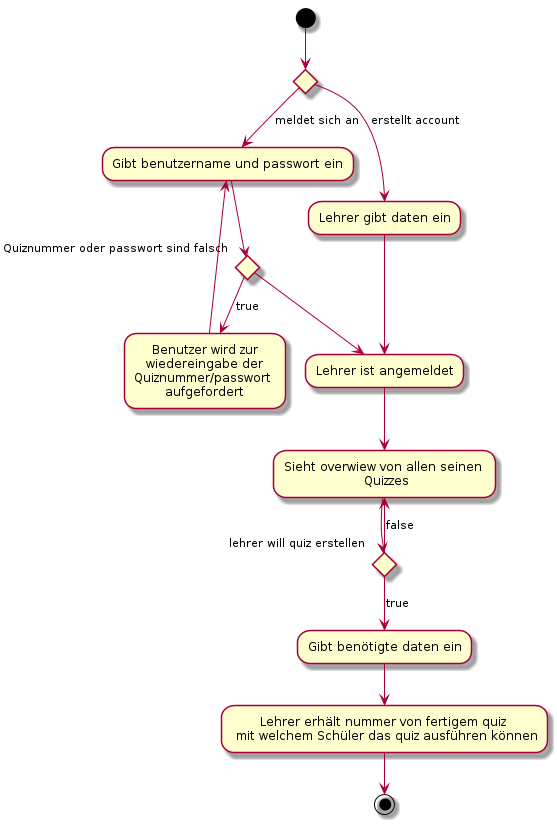
Before: docs/images/teacher.png, a diagram exported from PlantUML (1920-3ahitm-itp/02-project-repositories-xam).
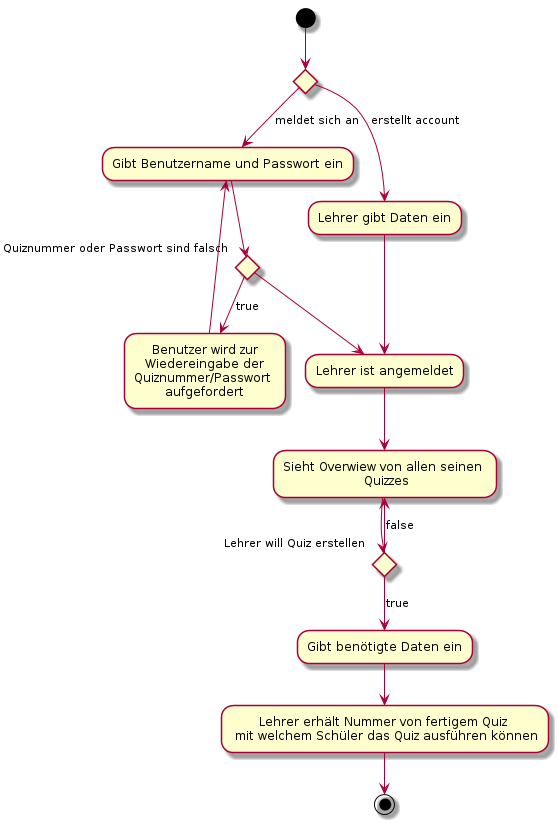
After the change.

Diff of the diagram source:
```diff
@@ -1,26 +1,26 @@
 @startuml
 (*) --> if ""
--->[meldet sich an] "Gibt benutzername und passwort ein"
-if "Quiznummer oder passwort sind falsch" then
--->[true] "Benutzer wird zur\n wiedereingabe der \nQuiznummer/passwort \naufgefordert"
---> "Gibt benutzername und passwort ein"
+-->[meldet sich an] "Gibt Benutzername und Passwort ein"
+if "Quiznummer oder Passwort sind falsch" then
+-->[true] "Benutzer wird zur\n Wiedereingabe der \nQuiznummer/Passwort \naufgefordert"
+--> "Gibt Benutzername und Passwort ein"
 
 else
 --> "Lehrer ist angemeldet"
---> "Sieht overwiew von allen seinen \n Quizzes"
+--> "Sieht Overwiew von allen seinen \n Quizzes"
 
-if "lehrer will quiz erstellen" then
--->[true] "Gibt benötigte daten ein"
---> "Lehrer erhält nummer von fertigem quiz \n mit welchem Schüler das quiz ausführen können"
+if "Lehrer will Quiz erstellen" then
+-->[true] "Gibt benötigte Daten ein"
+--> "Lehrer erhält Nummer von fertigem Quiz \n mit welchem Schüler das Quiz ausführen können"
 -->(*)
 else
---> [false] "Sieht overwiew von allen seinen \n Quizzes"
+--> [false] "Sieht Overwiew von allen seinen \n Quizzes"
 
 endif
 endif
 
 else
--->[erstellt account] "Lehrer gibt daten ein"
+-->[erstellt account] "Lehrer gibt Daten ein"
 --> "Lehrer ist angemeldet"
 
 @enduml
```
